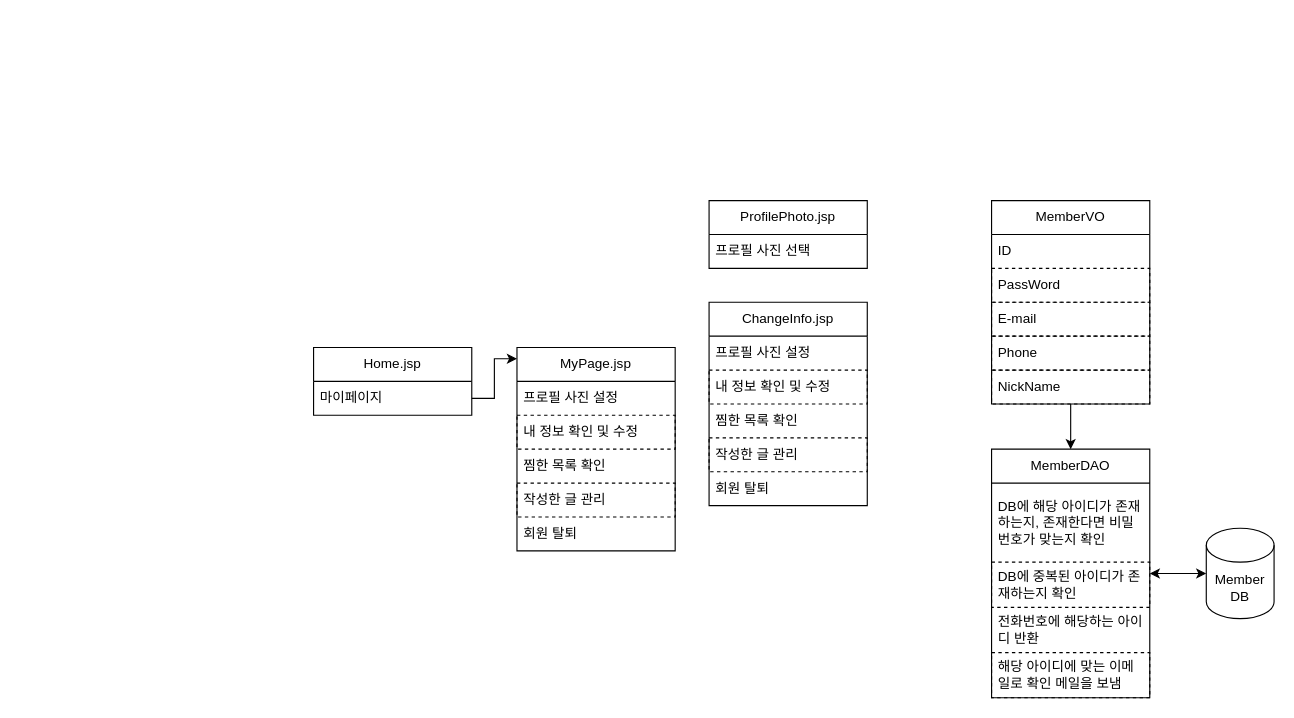
Above: diagram/Profile.drawio in kr1124/DessertHub (draw.io), before the change. Source tidied: cells renumbered, new cells numbered last; positions are measured from the earlier drawing's top-left corner, leaving out a move shared by most shapes. Both pictures are drawn from the tidied source at 113%, with x=0, y=0 at pixel (313, 200).
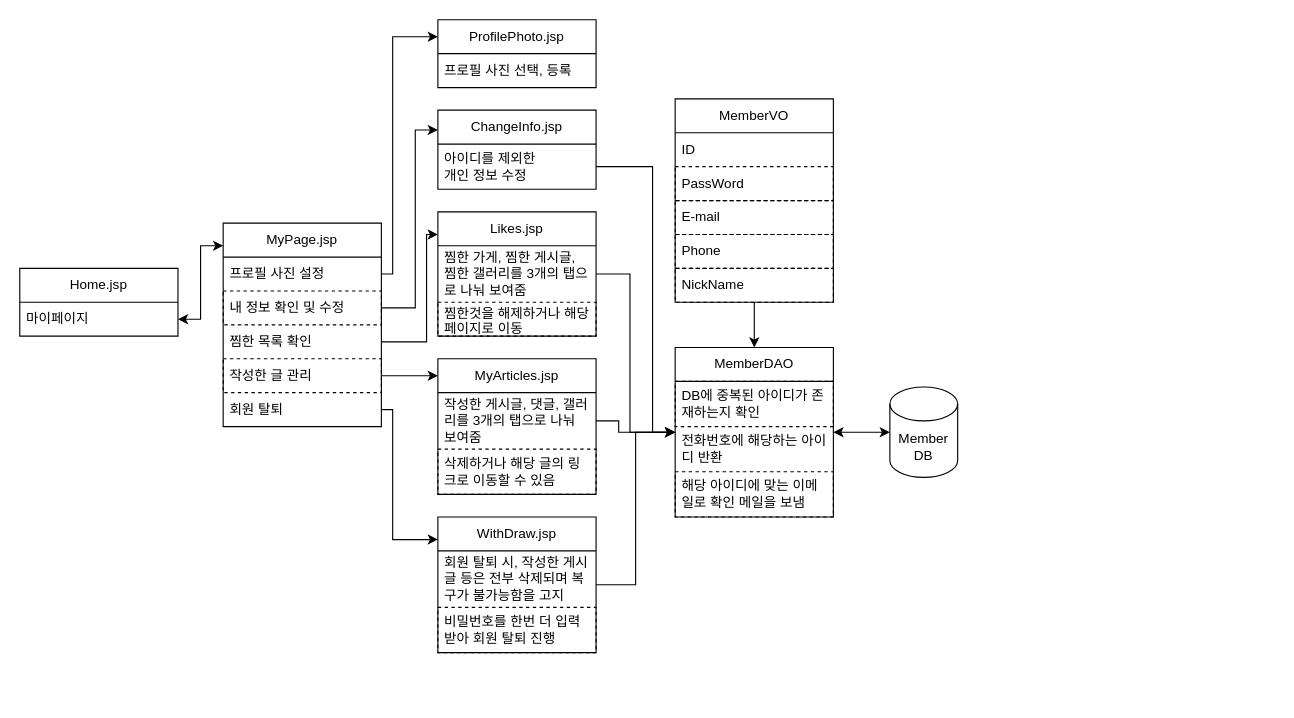
Above is the later version.

The change refers to these unchanged cells:
```xml
<mxCell id="3" value="마이페이지" style="text;strokeColor=none;fillColor=none;align=left;verticalAlign=middle;spacingLeft=4;spacingRight=4;overflow=hidden;points=[[0,0.5],[1,0.5]];portConstraint=eastwest;whiteSpace=wrap;html=1;" parent="2" vertex="1">
  <mxGeometry y="30" width="140" height="30" as="geometry" />
</mxCell>
<mxCell id="5" value="프로필 사진 설정" style="text;strokeColor=none;fillColor=none;align=left;verticalAlign=middle;spacingLeft=4;spacingRight=4;overflow=hidden;points=[[0,0.5],[1,0.5]];portConstraint=eastwest;whiteSpace=wrap;html=1;" parent="4" vertex="1">
  <mxGeometry y="30" width="140" height="30" as="geometry" />
</mxCell>
<mxCell id="6" value="내 정보 확인 및 수정" style="text;strokeColor=default;fillColor=none;align=left;verticalAlign=middle;spacingLeft=4;spacingRight=4;overflow=hidden;points=[[0,0.5],[1,0.5]];portConstraint=eastwest;whiteSpace=wrap;html=1;dashed=1;" parent="4" vertex="1">
  <mxGeometry y="60" width="140" height="30" as="geometry" />
</mxCell>
<mxCell id="7" value="찜한 목록 확인" style="text;strokeColor=none;fillColor=none;align=left;verticalAlign=middle;spacingLeft=4;spacingRight=4;overflow=hidden;points=[[0,0.5],[1,0.5]];portConstraint=eastwest;whiteSpace=wrap;html=1;" parent="4" vertex="1">
  <mxGeometry y="90" width="140" height="30" as="geometry" />
</mxCell>
<mxCell id="8" value="작성한 글 관리" style="text;strokeColor=default;fillColor=none;align=left;verticalAlign=middle;spacingLeft=4;spacingRight=4;overflow=hidden;points=[[0,0.5],[1,0.5]];portConstraint=eastwest;whiteSpace=wrap;html=1;dashed=1;" parent="4" vertex="1">
  <mxGeometry y="120" width="140" height="30" as="geometry" />
</mxCell>
<mxCell id="9" value="회원 탈퇴" style="text;strokeColor=none;fillColor=none;align=left;verticalAlign=middle;spacingLeft=4;spacingRight=4;overflow=hidden;points=[[0,0.5],[1,0.5]];portConstraint=eastwest;whiteSpace=wrap;html=1;" parent="4" vertex="1">
  <mxGeometry y="150" width="140" height="30" as="geometry" />
</mxCell>
```

What changed in the source:
```diff
@@
     <mxCell id="2" value="&lt;div&gt;Home.jsp&lt;/div&gt;" style="swimlane;fontStyle=0;horizontal=1;startSize=30;whiteSpace=wrap;html=1;" parent="1" vertex="1">
-      <mxGeometry y="130" width="140" height="60" as="geometry" />
+      <mxGeometry x="-260" y="60" width="140" height="60" as="geometry" />
     </mxCell>
@@
     <mxCell id="4" value="MyPage.jsp" style="swimlane;fontStyle=0;horizontal=1;startSize=30;whiteSpace=wrap;html=1;" parent="1" vertex="1">
-      <mxGeometry x="180" y="130" width="140" height="180" as="geometry" />
+      <mxGeometry x="-80" y="20" width="140" height="180" as="geometry" />
     </mxCell>
@@
     <mxCell id="11" value="MemberVO" style="swimlane;fontStyle=0;horizontal=1;startSize=30;whiteSpace=wrap;html=1;" parent="1" vertex="1">
-      <mxGeometry x="600" width="140" height="180" as="geometry" />
+      <mxGeometry x="320" y="-90" width="140" height="180" as="geometry" />
     </mxCell>
@@
     <mxCell id="17" value="MemberDAO" style="swimlane;fontStyle=0;horizontal=1;startSize=30;whiteSpace=wrap;html=1;" parent="1" vertex="1">
-      <mxGeometry x="600" y="220" width="140" height="220" as="geometry" />
+      <mxGeometry x="320" y="130" width="140" height="150" as="geometry" />
     </mxCell>
-    <mxCell id="18" value="DB에 해당 아이디가 존재하는지, 존재한다면 비밀번호가 맞는지 확인" style="text;strokeColor=none;fillColor=none;align=left;verticalAlign=middle;spacingLeft=4;spacingRight=4;overflow=hidden;whiteSpace=wrap;html=1;" parent="17" vertex="1">
-      <mxGeometry y="30" width="140" height="70" as="geometry" />
-    </mxCell>
     <mxCell id="19" value="DB에 중복된 아이디가 존재하는지 확인" style="text;strokeColor=default;fillColor=none;align=left;verticalAlign=middle;spacingLeft=4;spacingRight=4;overflow=hidden;whiteSpace=wrap;html=1;dashed=1;" parent="17" vertex="1">
-      <mxGeometry y="100" width="140" height="40" as="geometry" />
+      <mxGeometry y="30" width="140" height="40" as="geometry" />
     </mxCell>
     <mxCell id="20" value="전화번호에 해당하는 아이디 반환" style="text;strokeColor=none;fillColor=none;align=left;verticalAlign=middle;spacingLeft=4;spacingRight=4;overflow=hidden;whiteSpace=wrap;html=1;" parent="17" vertex="1">
-      <mxGeometry y="140" width="140" height="40" as="geometry" />
+      <mxGeometry y="70" width="140" height="40" as="geometry" />
     </mxCell>
     <mxCell id="21" value="해당 아이디에 맞는 이메일로 확인 메일을 보냄" style="text;strokeColor=default;fillColor=none;align=left;verticalAlign=middle;spacingLeft=4;spacingRight=4;overflow=hidden;whiteSpace=wrap;html=1;dashed=1;" parent="17" vertex="1">
-      <mxGeometry y="180" width="140" height="40" as="geometry" />
+      <mxGeometry y="110" width="140" height="40" as="geometry" />
     </mxCell>
     <mxCell id="22" value="&lt;div&gt;Member&lt;/div&gt;&lt;div&gt;DB&lt;br&gt;&lt;/div&gt;" style="shape=cylinder3;whiteSpace=wrap;html=1;boundedLbl=1;backgroundOutline=1;size=15;" parent="1" vertex="1">
-      <mxGeometry x="790" y="290" width="60" height="80" as="geometry" />
+      <mxGeometry x="510" y="165" width="60" height="80" as="geometry" />
     </mxCell>
@@
-    <mxCell id="24" style="edgeStyle=orthogonalEdgeStyle;rounded=0;jettySize=auto;html=1;" parent="1" edge="1" source="3" target="4">
+    <mxCell id="24" style="edgeStyle=orthogonalEdgeStyle;rounded=0;jettySize=auto;html=1;startArrow=classic;startFill=1;" parent="1" edge="1" source="3" target="4">
       <mxGeometry relative="1" as="geometry">
         <Array as="points">
-          <mxPoint x="160" y="175" />
-          <mxPoint x="160" y="140" />
+          <mxPoint x="-100" y="105" />
+          <mxPoint x="-100" y="40" />
         </Array>
       </mxGeometry>
     </mxCell>
     <mxCell id="25" value="ProfilePhoto.jsp" style="swimlane;fontStyle=0;horizontal=1;startSize=30;whiteSpace=wrap;html=1;" parent="1" vertex="1">
-      <mxGeometry x="350" width="140" height="60" as="geometry" />
+      <mxGeometry x="110" y="-160" width="140" height="60" as="geometry" />
     </mxCell>
-    <mxCell id="26" value="프로필 사진 선택" style="text;strokeColor=none;fillColor=none;align=left;verticalAlign=middle;spacingLeft=4;spacingRight=4;overflow=hidden;whiteSpace=wrap;html=1;" parent="25" vertex="1">
+    <mxCell id="26" value="프로필 사진 선택, 등록" style="text;strokeColor=none;fillColor=none;align=left;verticalAlign=middle;spacingLeft=4;spacingRight=4;overflow=hidden;whiteSpace=wrap;html=1;" parent="25" vertex="1">
       <mxGeometry y="30" width="140" height="30" as="geometry" />
     </mxCell>
     <mxCell id="27" value="&lt;div&gt;ChangeInfo.jsp&lt;/div&gt;" style="swimlane;fontStyle=0;horizontal=1;startSize=30;whiteSpace=wrap;html=1;" parent="1" vertex="1">
-      <mxGeometry x="350" y="90" width="140" height="180" as="geometry" />
+      <mxGeometry x="110" y="-80" width="140" height="70" as="geometry" />
     </mxCell>
-    <mxCell id="28" value="프로필 사진 설정" style="text;strokeColor=none;fillColor=none;align=left;verticalAlign=middle;spacingLeft=4;spacingRight=4;overflow=hidden;points=[[0,0.5],[1,0.5]];portConstraint=eastwest;whiteSpace=wrap;html=1;" parent="27" vertex="1">
-      <mxGeometry y="30" width="140" height="30" as="geometry" />
+    <mxCell id="28" value="&lt;div&gt;아이디를 제외한&amp;nbsp;&lt;/div&gt;&lt;div&gt;개인 정보 수정&lt;/div&gt;" style="text;strokeColor=none;fillColor=none;align=left;verticalAlign=middle;spacingLeft=4;spacingRight=4;overflow=hidden;points=[[0,0.5],[1,0.5]];portConstraint=eastwest;whiteSpace=wrap;html=1;" parent="27" vertex="1">
+      <mxGeometry y="30" width="140" height="40" as="geometry" />
     </mxCell>
-    <mxCell id="29" value="내 정보 확인 및 수정" style="text;strokeColor=default;fillColor=none;align=left;verticalAlign=middle;spacingLeft=4;spacingRight=4;overflow=hidden;whiteSpace=wrap;html=1;dashed=1;" parent="27" vertex="1">
-      <mxGeometry y="60" width="140" height="30" as="geometry" />
-    </mxCell>
-    <mxCell id="30" value="찜한 목록 확인" style="text;strokeColor=none;fillColor=none;align=left;verticalAlign=middle;spacingLeft=4;spacingRight=4;overflow=hidden;whiteSpace=wrap;html=1;" parent="27" vertex="1">
-      <mxGeometry y="90" width="140" height="30" as="geometry" />
-    </mxCell>
-    <mxCell id="31" value="작성한 글 관리" style="text;strokeColor=default;fillColor=none;align=left;verticalAlign=middle;spacingLeft=4;spacingRight=4;overflow=hidden;whiteSpace=wrap;html=1;dashed=1;" parent="27" vertex="1">
-      <mxGeometry y="120" width="140" height="30" as="geometry" />
-    </mxCell>
-    <mxCell id="32" value="회원 탈퇴" style="text;strokeColor=none;fillColor=none;align=left;verticalAlign=middle;spacingLeft=4;spacingRight=4;overflow=hidden;whiteSpace=wrap;html=1;" parent="27" vertex="1">
-      <mxGeometry y="150" width="140" height="30" as="geometry" />
-    </mxCell>
+    <mxCell id="33" value="&lt;div&gt;Likes.jsp&lt;/div&gt;" style="swimlane;fontStyle=0;horizontal=1;startSize=30;whiteSpace=wrap;html=1;" parent="1" vertex="1">
+      <mxGeometry x="110" y="10" width="140" height="110" as="geometry" />
+    </mxCell>
+    <mxCell id="34" value="찜한 가게, 찜한 게시글, 찜한 갤러리를 3개의 탭으로 나눠 보여줌" style="text;strokeColor=none;fillColor=none;align=left;verticalAlign=middle;spacingLeft=4;spacingRight=4;overflow=hidden;points=[[0,0.5],[1,0.5]];portConstraint=eastwest;whiteSpace=wrap;html=1;" parent="33" vertex="1">
+      <mxGeometry y="30" width="140" height="50" as="geometry" />
+    </mxCell>
+    <mxCell id="35" value="찜한것을 해제하거나 해당 페이지로 이동" style="text;strokeColor=default;fillColor=none;align=left;verticalAlign=middle;spacingLeft=4;spacingRight=4;overflow=hidden;whiteSpace=wrap;html=1;dashed=1;" parent="33" vertex="1">
+      <mxGeometry y="80" width="140" height="30" as="geometry" />
+    </mxCell>
+    <mxCell id="36" value="&lt;div&gt;MyArticles.jsp&lt;/div&gt;" style="swimlane;fontStyle=0;horizontal=1;startSize=30;whiteSpace=wrap;html=1;" parent="1" vertex="1">
+      <mxGeometry x="110" y="140" width="140" height="120" as="geometry" />
+    </mxCell>
+    <mxCell id="37" value="작성한 게시글, 댓글, 갤러리를 3개의 탭으로 나눠 보여줌" style="text;strokeColor=none;fillColor=none;align=left;verticalAlign=middle;spacingLeft=4;spacingRight=4;overflow=hidden;points=[[0,0.5],[1,0.5]];portConstraint=eastwest;whiteSpace=wrap;html=1;" parent="36" vertex="1">
+      <mxGeometry y="30" width="140" height="50" as="geometry" />
+    </mxCell>
+    <mxCell id="38" value="삭제하거나 해당 글의 링크로 이동할 수 있음" style="text;strokeColor=default;fillColor=none;align=left;verticalAlign=middle;spacingLeft=4;spacingRight=4;overflow=hidden;whiteSpace=wrap;html=1;dashed=1;" parent="36" vertex="1">
+      <mxGeometry y="80" width="140" height="40" as="geometry" />
+    </mxCell>
+    <mxCell id="39" style="edgeStyle=orthogonalEdgeStyle;rounded=0;jettySize=auto;html=1;" parent="1" edge="1" source="40" target="17">
+      <mxGeometry relative="1" as="geometry" />
+    </mxCell>
+    <mxCell id="40" value="&lt;div&gt;WithDraw.jsp&lt;/div&gt;" style="swimlane;fontStyle=0;horizontal=1;startSize=30;whiteSpace=wrap;html=1;" parent="1" vertex="1">
+      <mxGeometry x="110" y="280" width="140" height="120" as="geometry" />
+    </mxCell>
+    <mxCell id="41" value="회원 탈퇴 시, 작성한 게시글 등은 전부 삭제되며 복구가 불가능함을 고지" style="text;strokeColor=none;fillColor=none;align=left;verticalAlign=middle;spacingLeft=4;spacingRight=4;overflow=hidden;whiteSpace=wrap;html=1;" parent="40" vertex="1">
+      <mxGeometry y="30" width="140" height="50" as="geometry" />
+    </mxCell>
+    <mxCell id="42" value="비밀번호를 한번 더 입력 받아 회원 탈퇴 진행" style="text;strokeColor=default;fillColor=none;align=left;verticalAlign=middle;spacingLeft=4;spacingRight=4;overflow=hidden;whiteSpace=wrap;html=1;dashed=1;" parent="40" vertex="1">
+      <mxGeometry y="80" width="140" height="40" as="geometry" />
+    </mxCell>
+    <mxCell id="43" style="edgeStyle=orthogonalEdgeStyle;rounded=0;jettySize=auto;html=1;entryX=0;entryY=0.25;entryDx=0;entryDy=0;" parent="1" edge="1" source="5" target="25">
+      <mxGeometry relative="1" as="geometry">
+        <Array as="points">
+          <mxPoint x="70" y="65" />
+          <mxPoint x="70" y="-145" />
+        </Array>
+      </mxGeometry>
+    </mxCell>
+    <mxCell id="44" style="edgeStyle=orthogonalEdgeStyle;rounded=0;jettySize=auto;html=1;entryX=0;entryY=0.25;entryDx=0;entryDy=0;" parent="1" edge="1" source="6" target="27">
+      <mxGeometry relative="1" as="geometry">
+        <Array as="points">
+          <mxPoint x="90" y="95" />
+          <mxPoint x="90" y="-62" />
+        </Array>
+      </mxGeometry>
+    </mxCell>
+    <mxCell id="45" style="edgeStyle=orthogonalEdgeStyle;rounded=0;jettySize=auto;html=1;exitX=1;exitY=0.5;exitDx=0;exitDy=0;" parent="1" edge="1" source="7" target="33">
+      <mxGeometry relative="1" as="geometry">
+        <Array as="points">
+          <mxPoint x="100" y="125" />
+          <mxPoint x="100" y="30" />
+        </Array>
+      </mxGeometry>
+    </mxCell>
+    <mxCell id="46" style="edgeStyle=orthogonalEdgeStyle;rounded=0;jettySize=auto;html=1;exitX=1;exitY=0.5;exitDx=0;exitDy=0;" parent="1" edge="1" source="8" target="36">
+      <mxGeometry relative="1" as="geometry">
+        <Array as="points">
+          <mxPoint x="100" y="155" />
+          <mxPoint x="100" y="155" />
+        </Array>
+      </mxGeometry>
+    </mxCell>
+    <mxCell id="47" style="edgeStyle=orthogonalEdgeStyle;rounded=0;jettySize=auto;html=1;" parent="1" edge="1" source="28" target="17">
+      <mxGeometry relative="1" as="geometry">
+        <Array as="points">
+          <mxPoint x="300" y="-30" />
+          <mxPoint x="300" y="205" />
+        </Array>
+      </mxGeometry>
+    </mxCell>
+    <mxCell id="48" style="edgeStyle=orthogonalEdgeStyle;rounded=0;jettySize=auto;html=1;" parent="1" edge="1" source="34" target="17">
+      <mxGeometry relative="1" as="geometry">
+        <Array as="points">
+          <mxPoint x="280" y="65" />
+          <mxPoint x="280" y="205" />
+        </Array>
+      </mxGeometry>
+    </mxCell>
+    <mxCell id="49" style="edgeStyle=orthogonalEdgeStyle;rounded=0;jettySize=auto;html=1;" parent="1" edge="1" source="37" target="17">
+      <mxGeometry relative="1" as="geometry">
+        <Array as="points">
+          <mxPoint x="270" y="195" />
+          <mxPoint x="270" y="205" />
+        </Array>
+      </mxGeometry>
+    </mxCell>
+    <mxCell id="50" style="edgeStyle=orthogonalEdgeStyle;rounded=0;jettySize=auto;html=1;" parent="1" edge="1" source="9" target="40">
+      <mxGeometry relative="1" as="geometry">
+        <Array as="points">
+          <mxPoint x="70" y="185" />
+          <mxPoint x="70" y="300" />
+        </Array>
+      </mxGeometry>
+    </mxCell>
```
